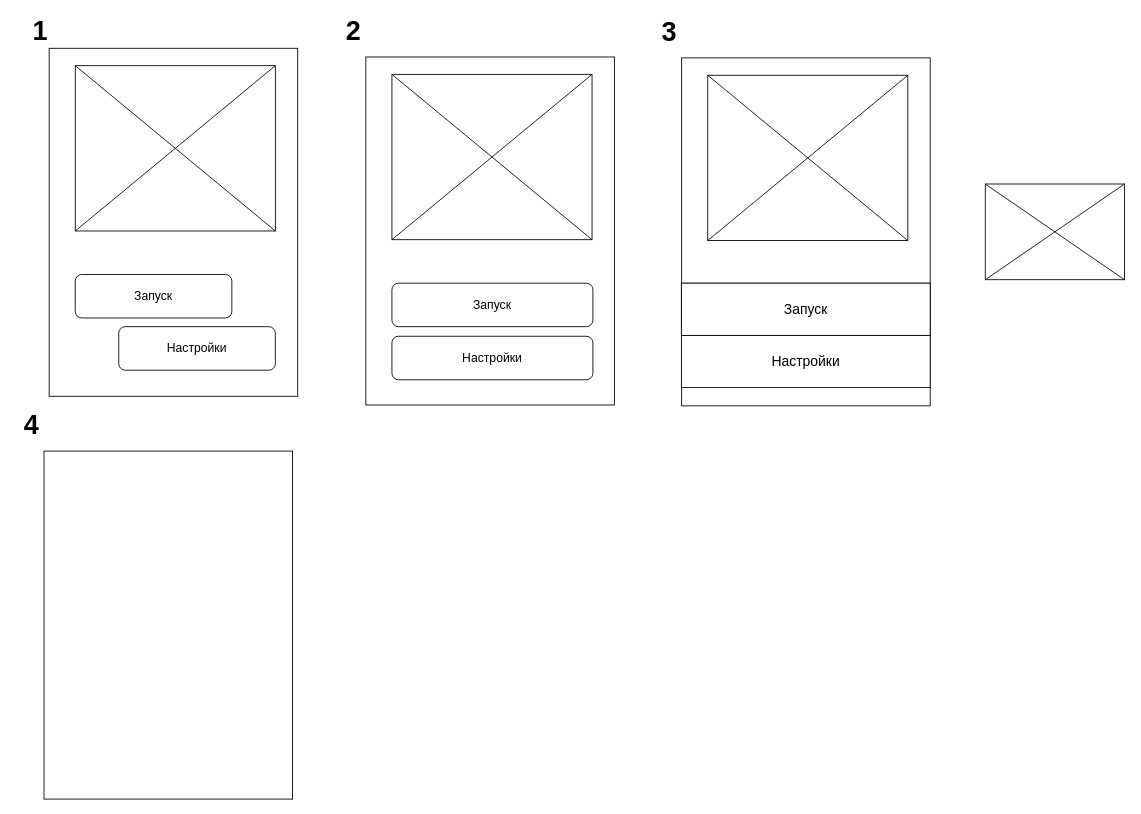
emil0zulkarnaev/emil0zulkarnaev.github.com keeps this draw.io diagram as Untitled Diagram.drawio. Above is the earlier version. Source tidied: cells renumbered, new cells numbered last; positions are measured from the earlier drawing's top-left corner, leaving out a move shared by most shapes. Both pictures are drawn from the tidied source at 87%, with x=0, y=0 at pixel (14, 22).
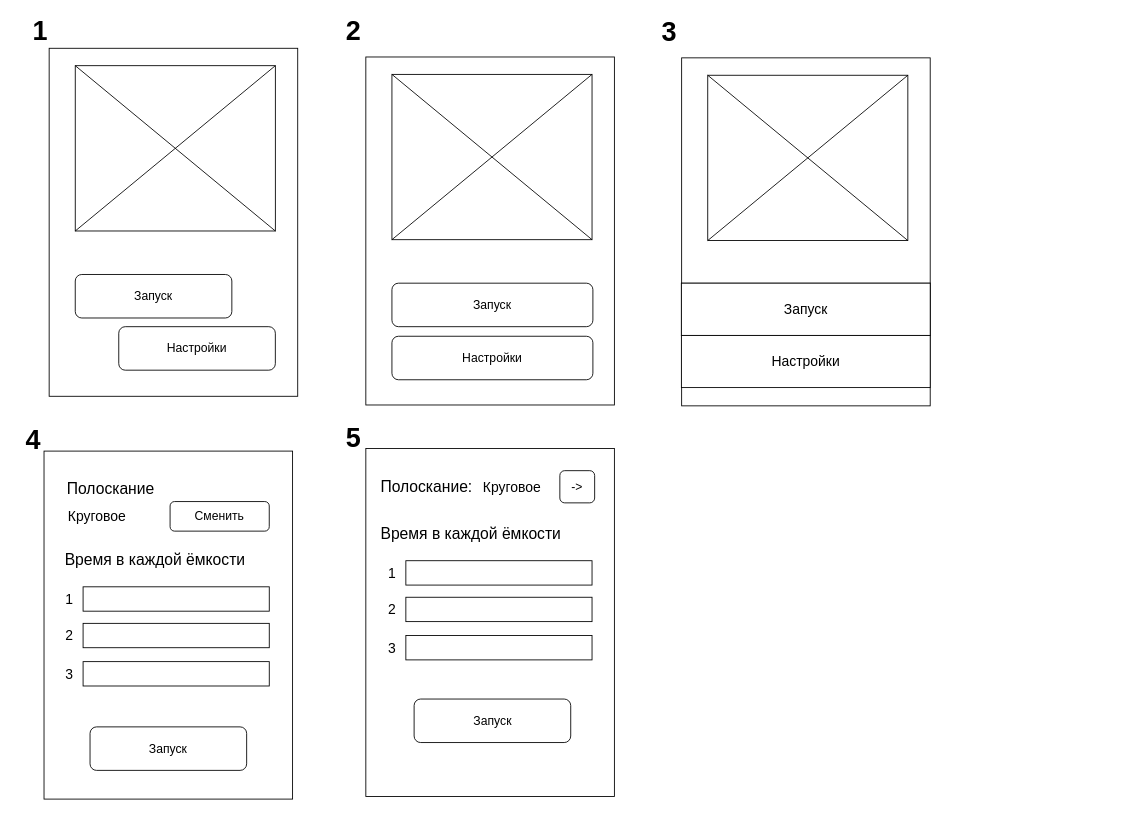
Above is the later version.

Diff of the diagram source:
```diff
@@
-    <mxCell id="16" style="rounded=0;whiteSpace=wrap;html=1;" parent="1" vertex="1">
-      <mxGeometry x="1116" y="186" width="160" height="110" as="geometry" />
-    </mxCell>
-    <mxCell id="17" style="endArrow=none;html=1;exitX=0;exitY=0;exitDx=0;exitDy=0;entryX=1;entryY=1;entryDx=0;entryDy=0;" parent="1" edge="1" source="16" target="16">
-      <mxGeometry relative="1" as="geometry" />
-    </mxCell>
-    <mxCell id="18" style="endArrow=none;html=1;entryX=0;entryY=1;entryDx=0;entryDy=0;exitX=1;exitY=0;exitDx=0;exitDy=0;" parent="1" edge="1" source="16" target="16">
-      <mxGeometry relative="1" as="geometry" />
-    </mxCell>
@@
     <mxCell id="31" value="&lt;font style=&quot;font-size: 31px&quot;&gt;&lt;b&gt;4&lt;/b&gt;&lt;/font&gt;" style="text;html=1;strokeColor=none;fillColor=none;align=center;verticalAlign=middle;whiteSpace=wrap;rounded=0;fontSize=14;" parent="1" vertex="1">
-      <mxGeometry x="0.1" y="453" width="40" height="20" as="geometry" />
+      <mxGeometry x="2" y="470" width="40" height="20" as="geometry" />
     </mxCell>
+    <mxCell id="32" value="Запуск" style="rounded=1;whiteSpace=wrap;html=1;fontSize=14;" parent="1" vertex="1">
+      <mxGeometry x="87" y="810" width="180" height="50" as="geometry" />
+    </mxCell>
+    <mxCell id="33" value="Полоскание" style="text;html=1;strokeColor=none;fillColor=none;align=center;verticalAlign=middle;whiteSpace=wrap;rounded=0;fontSize=18;" parent="1" vertex="1">
+      <mxGeometry x="50" y="527" width="122" height="20" as="geometry" />
+    </mxCell>
+    <mxCell id="34" value="&lt;div&gt;&lt;span&gt;Круговое&lt;/span&gt;&lt;/div&gt;" style="text;html=1;strokeColor=none;fillColor=none;align=left;verticalAlign=middle;whiteSpace=wrap;rounded=0;fontSize=16;" parent="1" vertex="1">
+      <mxGeometry x="60" y="558" width="122" height="20" as="geometry" />
+    </mxCell>
+    <mxCell id="35" value="Сменить" style="rounded=1;whiteSpace=wrap;html=1;fontSize=14;" parent="1" vertex="1">
+      <mxGeometry x="179" y="551" width="114" height="34" as="geometry" />
+    </mxCell>
+    <mxCell id="36" value="Время в каждой ёмкости" style="text;html=1;strokeColor=none;fillColor=none;align=center;verticalAlign=middle;whiteSpace=wrap;rounded=0;fontSize=18;" parent="1" vertex="1">
+      <mxGeometry x="50" y="608" width="224" height="20" as="geometry" />
+    </mxCell>
+    <mxCell id="37" style="rounded=0;whiteSpace=wrap;html=1;fontSize=14;" parent="1" vertex="1">
+      <mxGeometry x="79" y="649" width="214" height="28" as="geometry" />
+    </mxCell>
+    <mxCell id="38" style="rounded=0;whiteSpace=wrap;html=1;fontSize=14;" parent="1" vertex="1">
+      <mxGeometry x="79" y="691" width="214" height="28" as="geometry" />
+    </mxCell>
+    <mxCell id="39" style="rounded=0;whiteSpace=wrap;html=1;fontSize=14;" parent="1" vertex="1">
+      <mxGeometry x="79" y="735" width="214" height="28" as="geometry" />
+    </mxCell>
+    <mxCell id="40" value="&lt;div&gt;&lt;span&gt;1&lt;/span&gt;&lt;/div&gt;" style="text;html=1;strokeColor=none;fillColor=none;align=left;verticalAlign=middle;whiteSpace=wrap;rounded=0;fontSize=16;" parent="1" vertex="1">
+      <mxGeometry x="57" y="653" width="22" height="20" as="geometry" />
+    </mxCell>
+    <mxCell id="41" value="&lt;div&gt;&lt;span&gt;2&lt;/span&gt;&lt;/div&gt;" style="text;html=1;strokeColor=none;fillColor=none;align=left;verticalAlign=middle;whiteSpace=wrap;rounded=0;fontSize=16;" parent="1" vertex="1">
+      <mxGeometry x="57" y="695" width="22" height="20" as="geometry" />
+    </mxCell>
+    <mxCell id="42" value="&lt;div&gt;&lt;span&gt;3&lt;/span&gt;&lt;/div&gt;" style="text;html=1;strokeColor=none;fillColor=none;align=left;verticalAlign=middle;whiteSpace=wrap;rounded=0;fontSize=16;" parent="1" vertex="1">
+      <mxGeometry x="57" y="739" width="22" height="20" as="geometry" />
+    </mxCell>
+    <mxCell id="43" style="rounded=0;whiteSpace=wrap;html=1;" parent="1" vertex="1">
+      <mxGeometry x="404" y="490" width="285.7" height="400" as="geometry" />
+    </mxCell>
+    <mxCell id="44" value="&lt;font style=&quot;font-size: 31px&quot;&gt;&lt;b&gt;5&lt;/b&gt;&lt;/font&gt;" style="text;html=1;strokeColor=none;fillColor=none;align=center;verticalAlign=middle;whiteSpace=wrap;rounded=0;fontSize=14;" parent="1" vertex="1">
+      <mxGeometry x="370" y="468" width="40" height="20" as="geometry" />
+    </mxCell>
+    <mxCell id="45" value="Запуск" style="rounded=1;whiteSpace=wrap;html=1;fontSize=14;" parent="1" vertex="1">
+      <mxGeometry x="459.5" y="778" width="180" height="50" as="geometry" />
+    </mxCell>
+    <mxCell id="46" value="Полоскание:" style="text;html=1;strokeColor=none;fillColor=none;align=center;verticalAlign=middle;whiteSpace=wrap;rounded=0;fontSize=18;" parent="1" vertex="1">
+      <mxGeometry x="413" y="524" width="122" height="20" as="geometry" />
+    </mxCell>
+    <mxCell id="47" value="&lt;div&gt;&lt;span&gt;Круговое&lt;/span&gt;&lt;/div&gt;" style="text;html=1;strokeColor=none;fillColor=none;align=left;verticalAlign=middle;whiteSpace=wrap;rounded=0;fontSize=16;" parent="1" vertex="1">
+      <mxGeometry x="537" y="524" width="73" height="20" as="geometry" />
+    </mxCell>
+    <mxCell id="48" value="-&amp;gt;" style="rounded=1;whiteSpace=wrap;html=1;fontSize=14;" parent="1" vertex="1">
+      <mxGeometry x="627" y="515.5" width="40" height="37" as="geometry" />
+    </mxCell>
+    <mxCell id="49" value="Время в каждой ёмкости" style="text;html=1;strokeColor=none;fillColor=none;align=center;verticalAlign=middle;whiteSpace=wrap;rounded=0;fontSize=18;" parent="1" vertex="1">
+      <mxGeometry x="413" y="578" width="224" height="20" as="geometry" />
+    </mxCell>
+    <mxCell id="50" style="rounded=0;whiteSpace=wrap;html=1;fontSize=14;" parent="1" vertex="1">
+      <mxGeometry x="450" y="619" width="214" height="28" as="geometry" />
+    </mxCell>
+    <mxCell id="51" style="rounded=0;whiteSpace=wrap;html=1;fontSize=14;" parent="1" vertex="1">
+      <mxGeometry x="450" y="661" width="214" height="28" as="geometry" />
+    </mxCell>
+    <mxCell id="52" style="rounded=0;whiteSpace=wrap;html=1;fontSize=14;" parent="1" vertex="1">
+      <mxGeometry x="450" y="705" width="214" height="28" as="geometry" />
+    </mxCell>
+    <mxCell id="53" value="&lt;div&gt;&lt;span&gt;1&lt;/span&gt;&lt;/div&gt;" style="text;html=1;strokeColor=none;fillColor=none;align=left;verticalAlign=middle;whiteSpace=wrap;rounded=0;fontSize=16;" parent="1" vertex="1">
+      <mxGeometry x="428" y="623" width="22" height="20" as="geometry" />
+    </mxCell>
+    <mxCell id="54" value="&lt;div&gt;&lt;span&gt;2&lt;/span&gt;&lt;/div&gt;" style="text;html=1;strokeColor=none;fillColor=none;align=left;verticalAlign=middle;whiteSpace=wrap;rounded=0;fontSize=16;" parent="1" vertex="1">
+      <mxGeometry x="428" y="665" width="22" height="20" as="geometry" />
+    </mxCell>
+    <mxCell id="55" value="&lt;div&gt;&lt;span&gt;3&lt;/span&gt;&lt;/div&gt;" style="text;html=1;strokeColor=none;fillColor=none;align=left;verticalAlign=middle;whiteSpace=wrap;rounded=0;fontSize=16;" parent="1" vertex="1">
+      <mxGeometry x="428" y="709" width="22" height="20" as="geometry" />
+    </mxCell>
```
